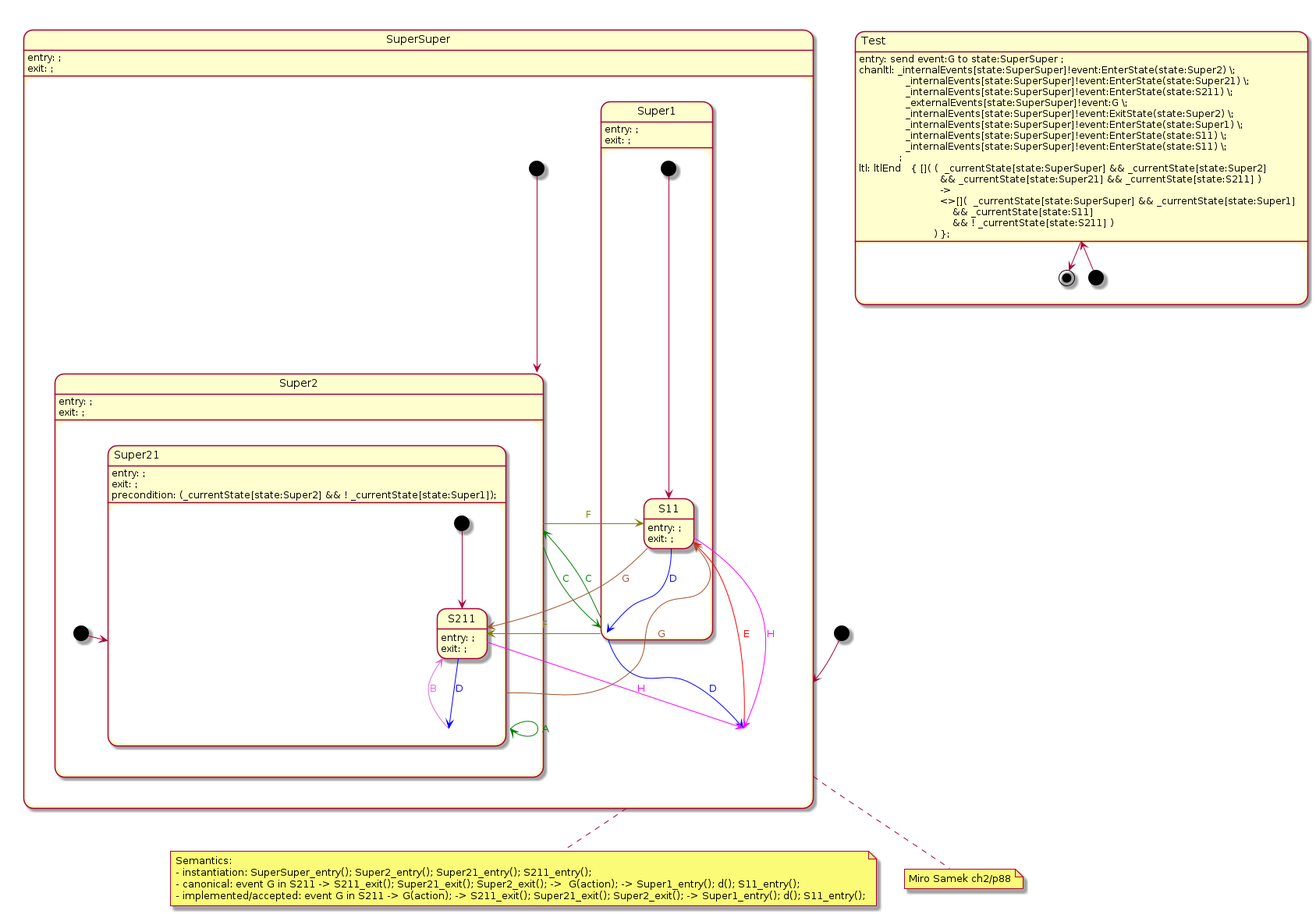
The PlantUML diagram plantuml/hsm/samek-g.png in melintea/upml, before a commit. Its source is kept beside it as plantuml/hsm/samek-g.plantuml.
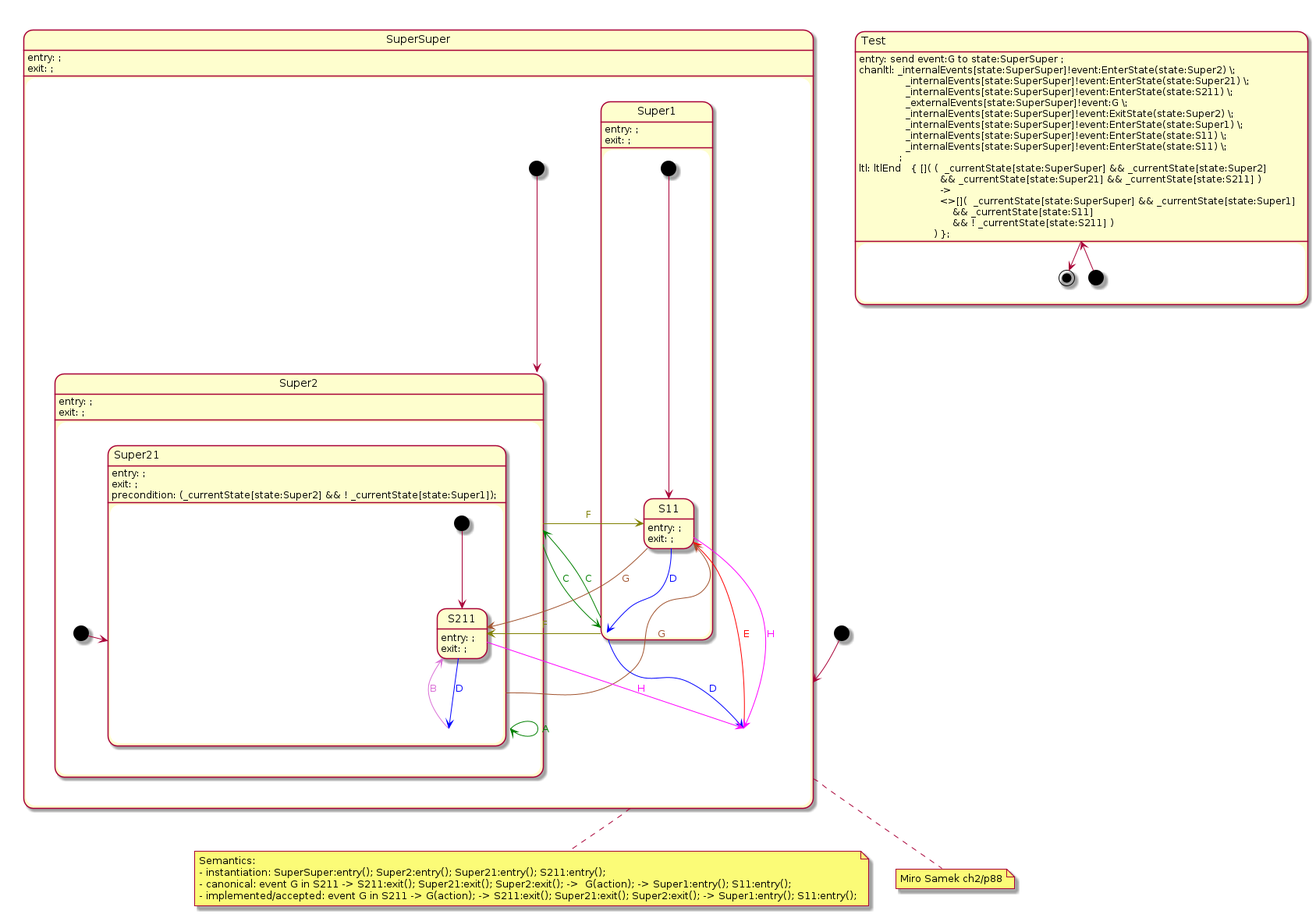
Later version of the same file.

Diff of the diagram source:
```diff
@@ -2,9 +2,9 @@
 
 note bottom of SuperSuper
   Semantics:
-  - instantiation: SuperSuper_entry(); Super2_entry(); Super21_entry(); S211_entry();
-  - canonical: event G in S211 -> S211_exit(); Super21_exit(); Super2_exit(); ->  G(action); -> Super1_entry(); d(); S11_entry();
-  - implemented/accepted: event G in S211 -> G(action); -> S211_exit(); Super21_exit(); Super2_exit(); -> Super1_entry(); d(); S11_entry();
+  - instantiation: SuperSuper:entry(); Super2:entry(); Super21:entry(); S211:entry();
+  - canonical: event G in S211 -> S211:exit(); Super21:exit(); Super2:exit(); ->  G(action); -> Super1:entry(); S11:entry();
+  - implemented/accepted: event G in S211 -> G(action); -> S211:exit(); Super21:exit(); Super2:exit(); -> Super1:entry(); S11:entry();
 end note
 note bottom of SuperSuper
  Miro Samek ch2/p88
```
